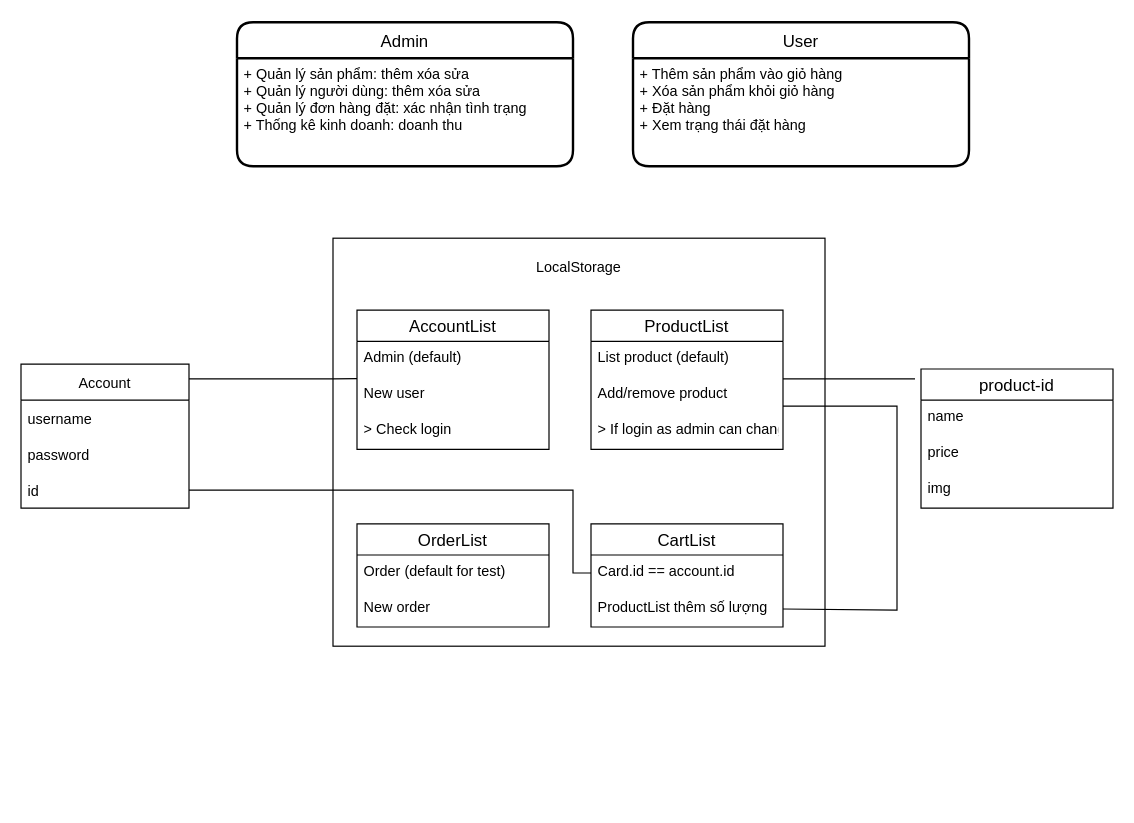
huykhaduy/huykhaduy keeps this draw.io diagram as Untitled Diagram.drawio. Above is the earlier version. Source tidied: cells renumbered, new cells numbered last; positions are measured from the earlier drawing's top-left corner, leaving out a move shared by most shapes. Both pictures are drawn from the tidied source at 120%, with x=0, y=0 at pixel (20, 22).
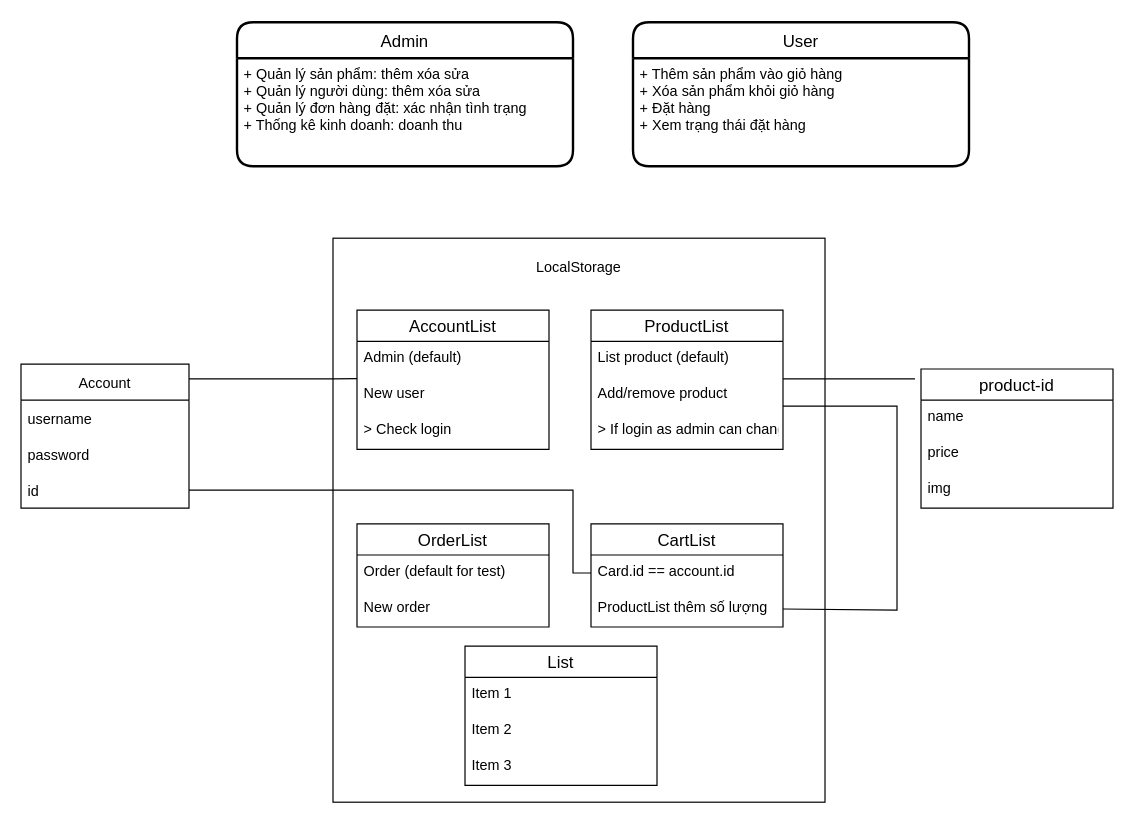
Above is the later version.

Change to the diagram source:
```diff
@@
     <mxCell id="2" style="rounded=0;whiteSpace=wrap;html=1;" parent="1" vertex="1">
-      <mxGeometry x="260" y="180" width="410" height="340" as="geometry" />
+      <mxGeometry x="260" y="180" width="410" height="470" as="geometry" />
     </mxCell>
@@
+    <mxCell id="34" value="List" style="swimlane;fontStyle=0;horizontal=1;startSize=26;align=center;fontSize=14;" parent="1" vertex="1">
+      <mxGeometry x="370" y="520" width="160" height="116" as="geometry" />
+    </mxCell>
+    <mxCell id="35" value="Item 1" style="text;strokeColor=none;fillColor=none;spacingLeft=4;spacingRight=4;overflow=hidden;fontSize=12;" parent="34" vertex="1">
+      <mxGeometry y="26" width="160" height="30" as="geometry" />
+    </mxCell>
+    <mxCell id="36" value="Item 2" style="text;strokeColor=none;fillColor=none;spacingLeft=4;spacingRight=4;overflow=hidden;fontSize=12;" parent="34" vertex="1">
+      <mxGeometry y="56" width="160" height="30" as="geometry" />
+    </mxCell>
+    <mxCell id="37" value="Item 3" style="text;strokeColor=none;fillColor=none;spacingLeft=4;spacingRight=4;overflow=hidden;fontSize=12;" parent="34" vertex="1">
+      <mxGeometry y="86" width="160" height="30" as="geometry" />
+    </mxCell>
```
